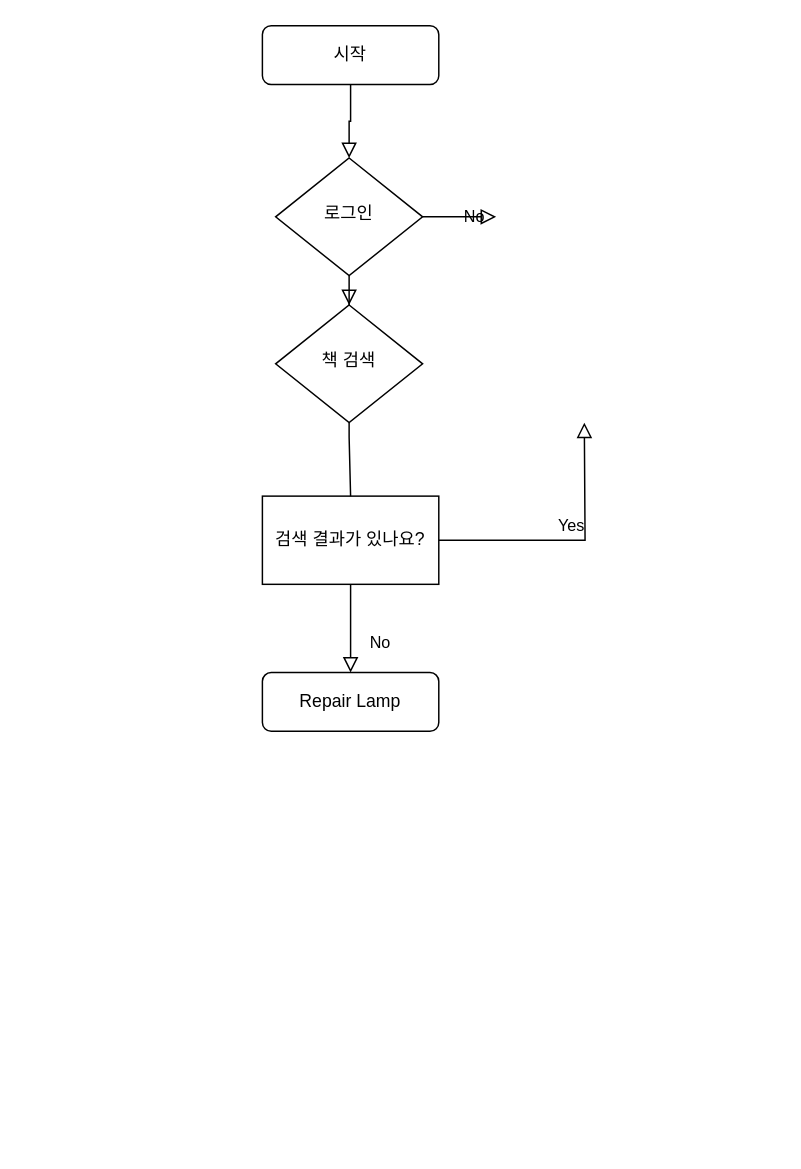
This is 도서 검색 프로젝트 플로우 차트.drawio from Aulelius/backend_study, a draw.io file, before an edit. Source tidied: cells renumbered, new cells numbered last; positions are measured from the earlier drawing's top-left corner, leaving out a move shared by most shapes. Both pictures are drawn from the tidied source at 147%, with x=0, y=0 at pixel (262, 25).
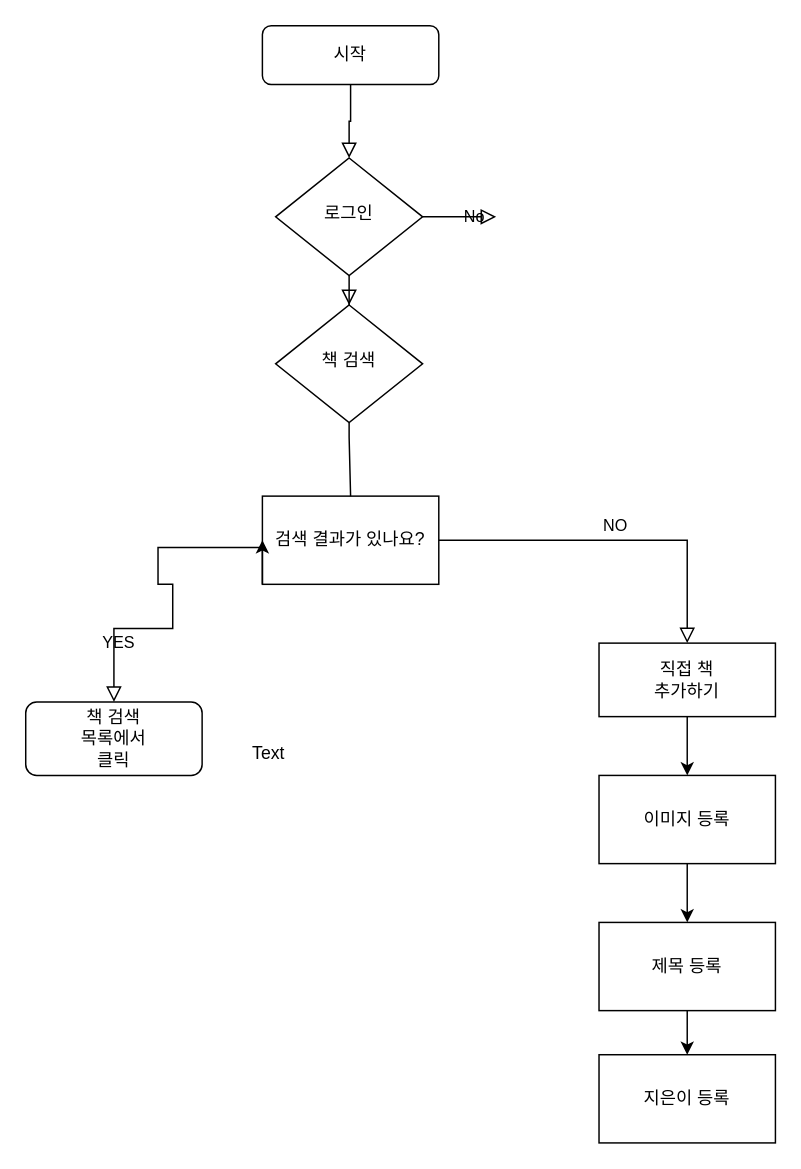
After the change.

Commit message:
도서 검색 프로젝트 플로우 차트.drawio 업데이트

Unchanged cells that the change refers to:
```xml
<mxCell id="11" value="검색 결과가 있나요?" style="rounded=0;whiteSpace=wrap;html=1;" parent="1" vertex="1">
  <mxGeometry y="320" width="120" height="60" as="geometry" />
</mxCell>
```

Change to the diagram source:
```diff
@@
-    <mxCell id="6" value="No" style="rounded=0;html=1;jettySize=auto;fontSize=11;endArrow=block;endFill=0;endSize=8;strokeWidth=1;shadow=0;labelBackgroundColor=none;edgeStyle=orthogonalEdgeStyle;exitX=0.5;exitY=1;exitDx=0;exitDy=0;" parent="1" edge="1" source="11" target="8">
-      <mxGeometry x="0.33" y="20" relative="1" as="geometry" />
+    <mxCell id="6" value="YES" style="rounded=0;html=1;jettySize=auto;fontSize=11;endArrow=block;endFill=0;endSize=8;strokeWidth=1;shadow=0;labelBackgroundColor=none;edgeStyle=orthogonalEdgeStyle;exitX=0.5;exitY=1;exitDx=0;exitDy=0;entryX=0.5;entryY=0;entryDx=0;entryDy=0;" parent="1" edge="1" target="8">
+      <mxGeometry x="0.53" y="10" relative="1" as="geometry">
+        <mxPoint y="355" as="sourcePoint" />
+        <Array as="points">
+          <mxPoint x="-71" y="355" />
+          <mxPoint x="-71" y="380" />
+          <mxPoint x="-61" y="380" />
+          <mxPoint x="-61" y="410" />
+          <mxPoint x="-101" y="410" />
+        </Array>
+      </mxGeometry>
     </mxCell>
-    <mxCell id="7" value="Yes" style="edgeStyle=orthogonalEdgeStyle;rounded=0;html=1;jettySize=auto;fontSize=11;endArrow=block;endFill=0;endSize=8;strokeWidth=1;shadow=0;labelBackgroundColor=none;exitX=1;exitY=0.5;exitDx=0;exitDy=0;" parent="1" edge="1" source="11">
-      <mxGeometry y="10" relative="1" as="geometry">
-        <mxPoint x="219" y="270" as="targetPoint" />
-      </mxGeometry>
+    <mxCell id="7" value="NO" style="edgeStyle=orthogonalEdgeStyle;rounded=0;html=1;jettySize=auto;fontSize=11;endArrow=block;endFill=0;endSize=8;strokeWidth=1;shadow=0;labelBackgroundColor=none;exitX=1;exitY=0.5;exitDx=0;exitDy=0;" parent="1" edge="1" source="11" target="14">
+      <mxGeometry y="10" relative="1" as="geometry" />
     </mxCell>
-    <mxCell id="8" value="Repair Lamp" style="rounded=1;whiteSpace=wrap;html=1;fontSize=12;glass=0;strokeWidth=1;shadow=0;" parent="1" vertex="1">
-      <mxGeometry y="440" width="120" height="40" as="geometry" />
+    <mxCell id="8" value="책 검색&lt;br&gt;목록에서&lt;br&gt;클릭" style="rounded=1;whiteSpace=wrap;html=1;fontSize=12;glass=0;strokeWidth=1;shadow=0;" parent="1" vertex="1">
+      <mxGeometry x="-161" y="460" width="120" height="50" as="geometry" />
     </mxCell>
@@
+    <mxCell id="13" style="edgeStyle=orthogonalEdgeStyle;rounded=0;jettySize=auto;html=1;" parent="1" edge="1" source="14" target="20">
+      <mxGeometry relative="1" as="geometry" />
+    </mxCell>
+    <mxCell id="14" value="직접 책&lt;br&gt;추가하기" style="rounded=0;whiteSpace=wrap;html=1;" parent="1" vertex="1">
+      <mxGeometry x="229" y="420" width="120" height="50" as="geometry" />
+    </mxCell>
+    <mxCell id="15" style="edgeStyle=orthogonalEdgeStyle;rounded=0;orthogonalLoop=1;jettySize=auto;html=1;exitX=0;exitY=1;exitDx=0;exitDy=0;entryX=0;entryY=0.5;entryDx=0;entryDy=0;" parent="1" edge="1" source="11" target="11">
+      <mxGeometry relative="1" as="geometry" />
+    </mxCell>
+    <mxCell id="16" value="Text" style="text;html=1;align=center;verticalAlign=middle;strokeColor=none;fillColor=none;" parent="1" vertex="1">
+      <mxGeometry x="-21" y="480" width="50" height="30" as="geometry" />
+    </mxCell>
+    <mxCell id="17" style="edgeStyle=orthogonalEdgeStyle;rounded=0;jettySize=auto;html=1;" parent="1" edge="1" source="18" target="21">
+      <mxGeometry relative="1" as="geometry" />
+    </mxCell>
+    <mxCell id="18" value="제목 등록" style="rounded=0;whiteSpace=wrap;html=1;" parent="1" vertex="1">
+      <mxGeometry x="229" y="610" width="120" height="60" as="geometry" />
+    </mxCell>
+    <mxCell id="19" style="edgeStyle=orthogonalEdgeStyle;rounded=0;jettySize=auto;html=1;entryX=0.5;entryY=0;entryDx=0;entryDy=0;" parent="1" edge="1" source="20" target="18">
+      <mxGeometry relative="1" as="geometry" />
+    </mxCell>
+    <mxCell id="20" value="이미지 등록" style="rounded=0;whiteSpace=wrap;html=1;" parent="1" vertex="1">
+      <mxGeometry x="229" y="510" width="120" height="60" as="geometry" />
+    </mxCell>
+    <mxCell id="21" value="지은이 등록" style="rounded=0;whiteSpace=wrap;html=1;" parent="1" vertex="1">
+      <mxGeometry x="229" y="700" width="120" height="60" as="geometry" />
+    </mxCell>
```
